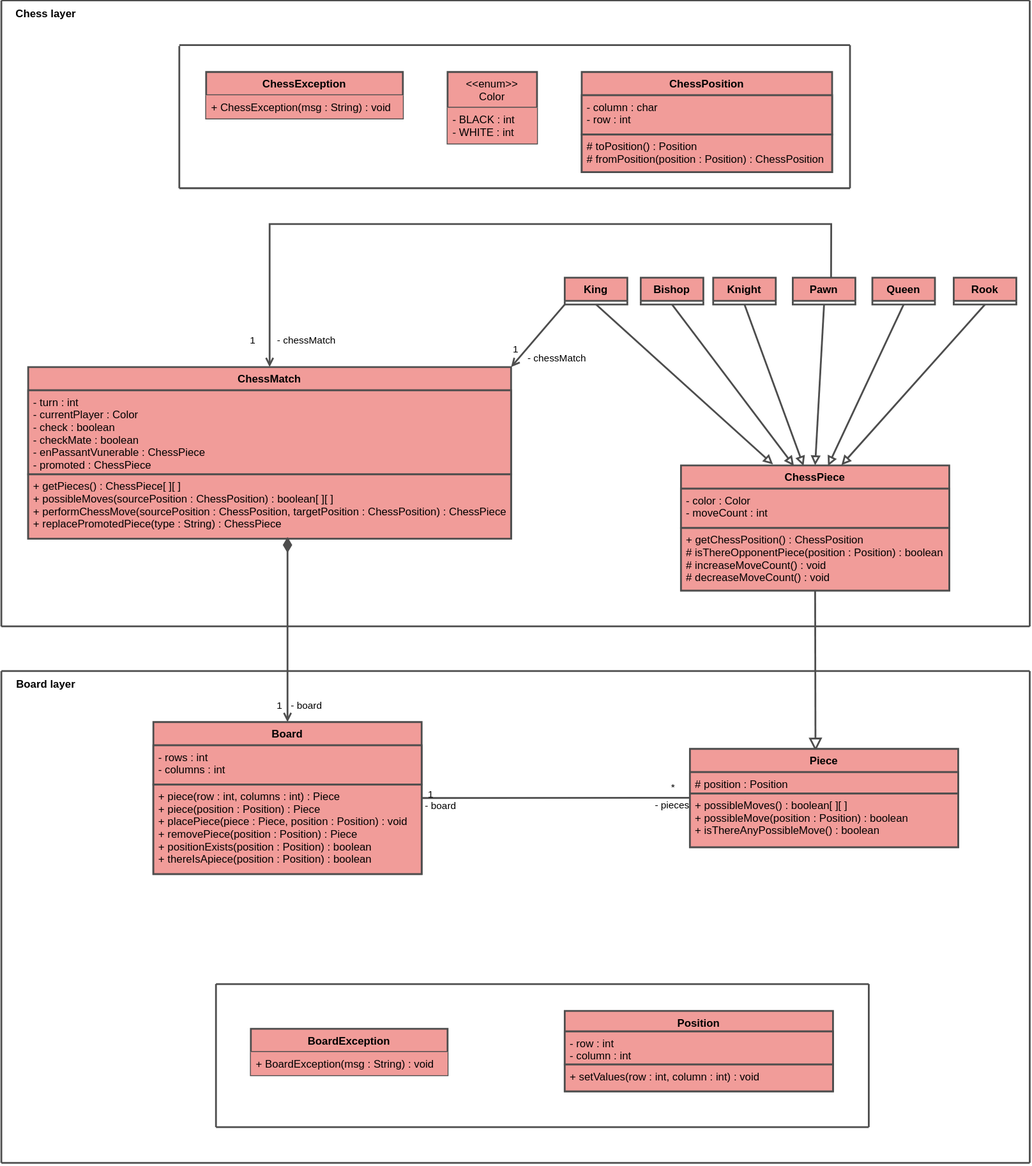
Earlier version of the draw.io export assets/diagram.drawio.svg (AleehSophia/chess-game). Source tidied: cells renumbered, new cells last; positions are measured from the earlier drawing's top-left corner, leaving out a move shared by most shapes.
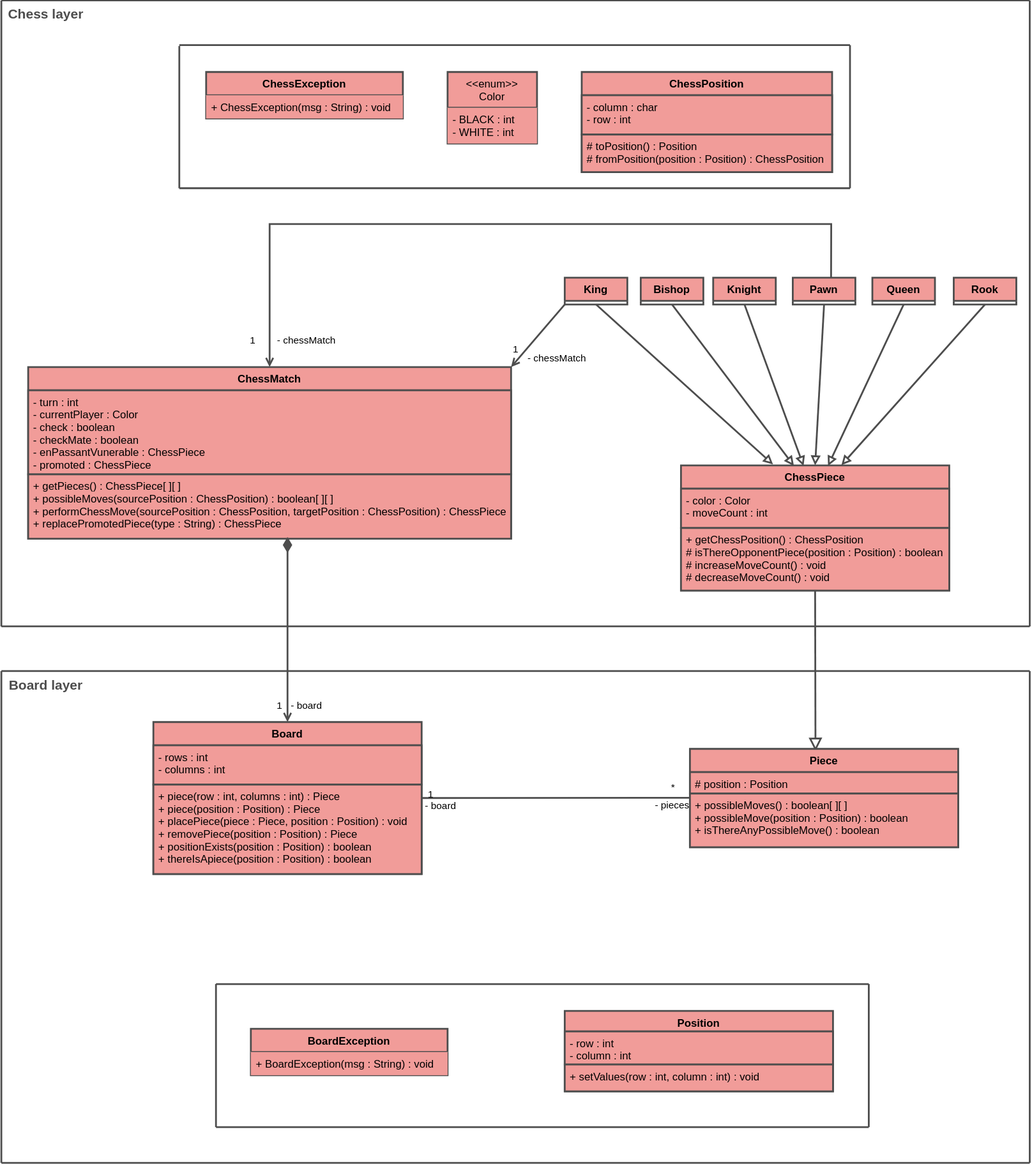
After the commit.

Commit message:
:boon:style: change diagram asset

What changed in the source:
```diff
@@ -161,7 +161,7 @@
         <mxPoint x="1150" y="700" as="targetPoint" />
       </mxGeometry>
     </mxCell>
-    <mxCell id="42" value="Chess layer" style="text;strokeColor=none;fillColor=none;html=1;align=center;verticalAlign=middle;whiteSpace=wrap;rounded=0;labelBackgroundColor=none;sketch=0;hachureGap=4;fillStyle=auto;fontColor=#000000;fontStyle=1;" parent="1" vertex="1">
+    <mxCell id="42" value="Chess layer" style="text;strokeColor=none;fillColor=none;html=1;align=center;verticalAlign=middle;whiteSpace=wrap;rounded=0;labelBackgroundColor=none;sketch=0;hachureGap=4;fillStyle=auto;fontColor=#4D4D4D;fontStyle=1;fontSize=15;" parent="1" vertex="1">
       <mxGeometry width="100" height="30" as="geometry" />
     </mxCell>
     <mxCell id="43" style="edgeStyle=none;rounded=0;jettySize=auto;html=1;fontColor=#000000;startArrow=open;startFill=0;endArrow=diamondThin;endFill=1;sourcePerimeterSpacing=8;targetPerimeterSpacing=8;strokeColor=#4D4D4D;strokeWidth=2;exitX=0.5;exitY=0;exitDx=0;exitDy=0;endSize=12;" parent="1" edge="1" source="51">
@@ -283,7 +283,7 @@
         <mxPoint x="1150" y="750" as="targetPoint" />
       </mxGeometry>
     </mxCell>
-    <mxCell id="70" value="Board layer" style="text;strokeColor=none;fillColor=none;html=1;align=center;verticalAlign=middle;whiteSpace=wrap;rounded=0;labelBackgroundColor=none;sketch=0;hachureGap=4;fillStyle=auto;fontColor=#000000;fontStyle=1;" parent="1" vertex="1">
+    <mxCell id="70" value="Board layer" style="text;strokeColor=none;fillColor=none;html=1;align=center;verticalAlign=middle;whiteSpace=wrap;rounded=0;labelBackgroundColor=none;sketch=0;hachureGap=4;fillStyle=auto;fontColor=#4D4D4D;fontStyle=1;fontSize=15;" parent="1" vertex="1">
       <mxGeometry x="5" y="750" width="90" height="30" as="geometry" />
     </mxCell>
   </root>
```
